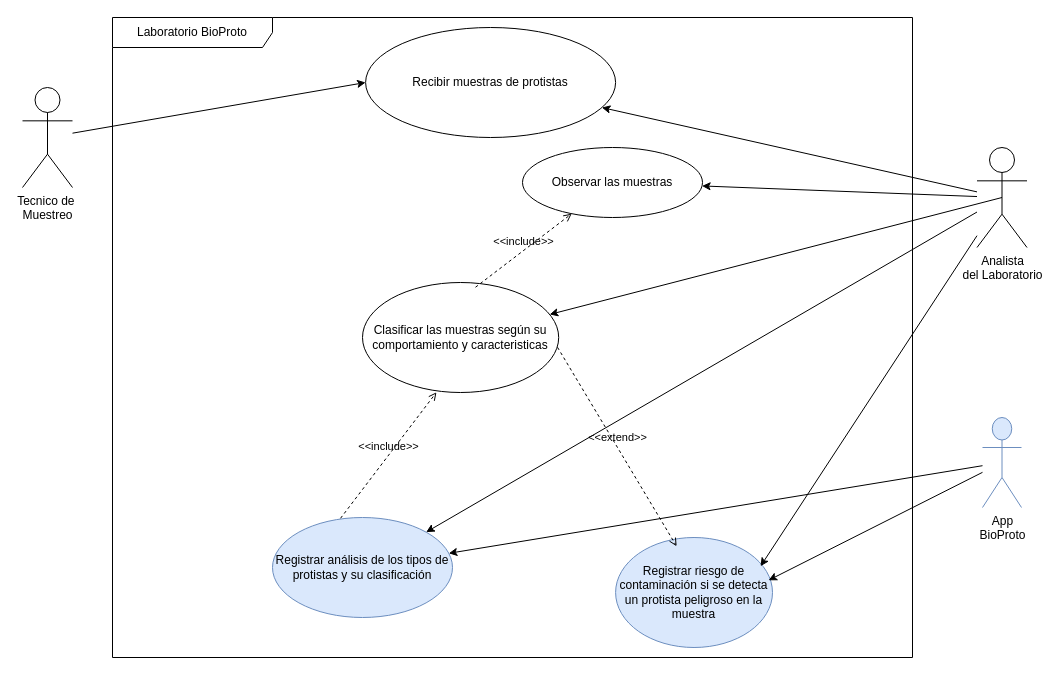
Earlier version of the draw.io diagram ReinoProtista/design/1UseCase.drawio (mat264/ReinoProtista_G3). Source tidied: cells renumbered, new cells numbered last; positions are measured from the earlier drawing's top-left corner, leaving out a move shared by most shapes. Both pictures are drawn from the tidied source at 100%, with x=0, y=0 at pixel (22, 17).
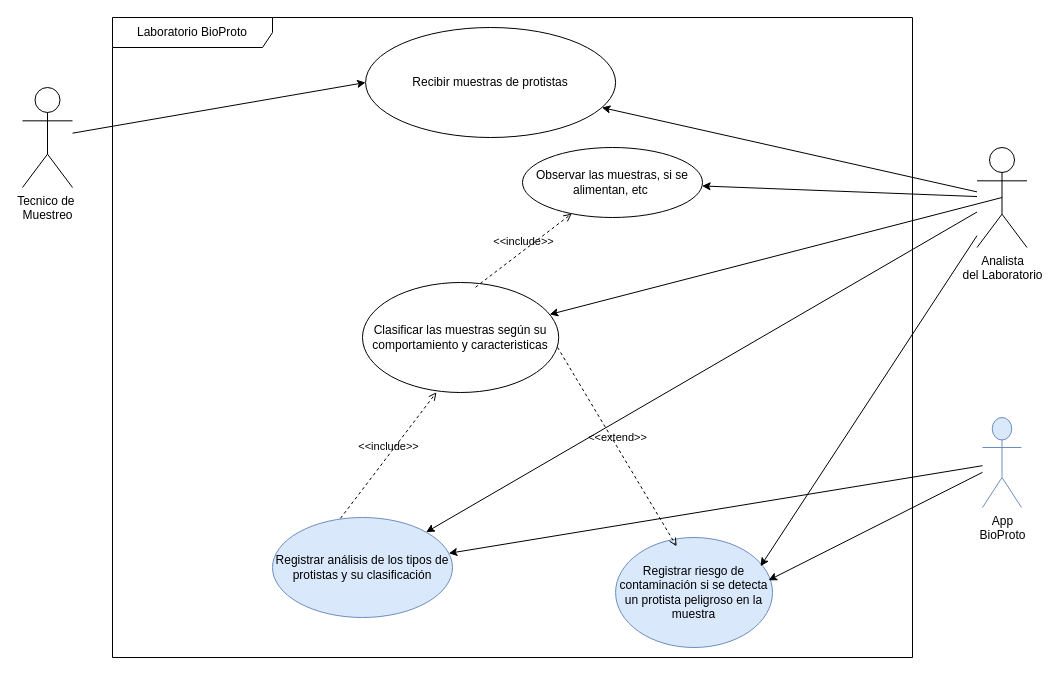
After the change.

The change refers to these unchanged cells:
```xml
<mxCell id="6" value="Laboratorio BioProto" style="shape=umlFrame;whiteSpace=wrap;html=1;width=160;" parent="1" vertex="1">
  <mxGeometry x="90" width="800" height="640" as="geometry" />
</mxCell>
```

Diff of the diagram source:
```diff
@@
-    <mxCell id="7" value="Observar las muestras" style="ellipse;html=1;whiteSpace=wrap;" parent="6" vertex="1">
+    <mxCell id="7" value="Observar las muestras, si se alimentan, etc&amp;nbsp;" style="ellipse;html=1;whiteSpace=wrap;" parent="6" vertex="1">
       <mxGeometry x="410" y="130" width="180" height="70" as="geometry" />
     </mxCell>
```
